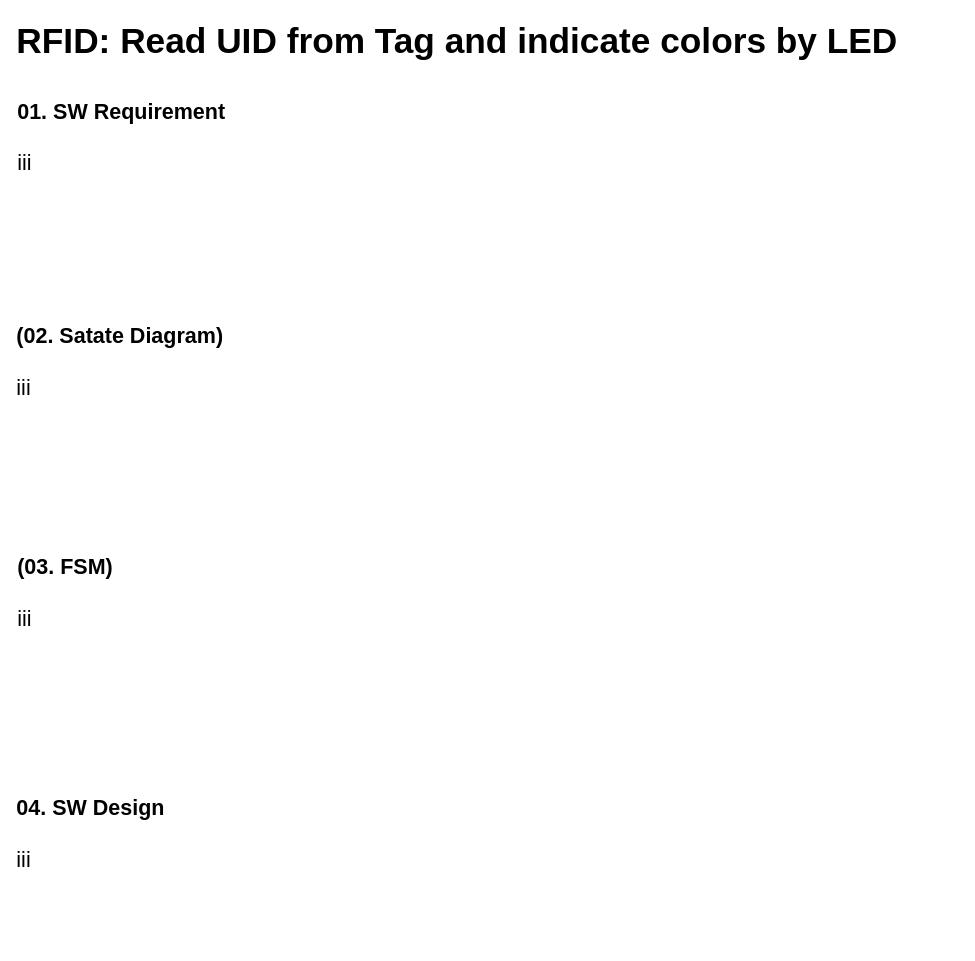
Before: RFID_LED.drawio in JangHyeongJun-0523/IoT_Project, a draw.io diagram. Source tidied: cells renumbered, new cells numbered last; positions are measured from the earlier drawing's top-left corner, leaving out a move shared by most shapes. Both pictures are drawn from the tidied source at 86%, with x=0, y=0 at pixel (15, 15).
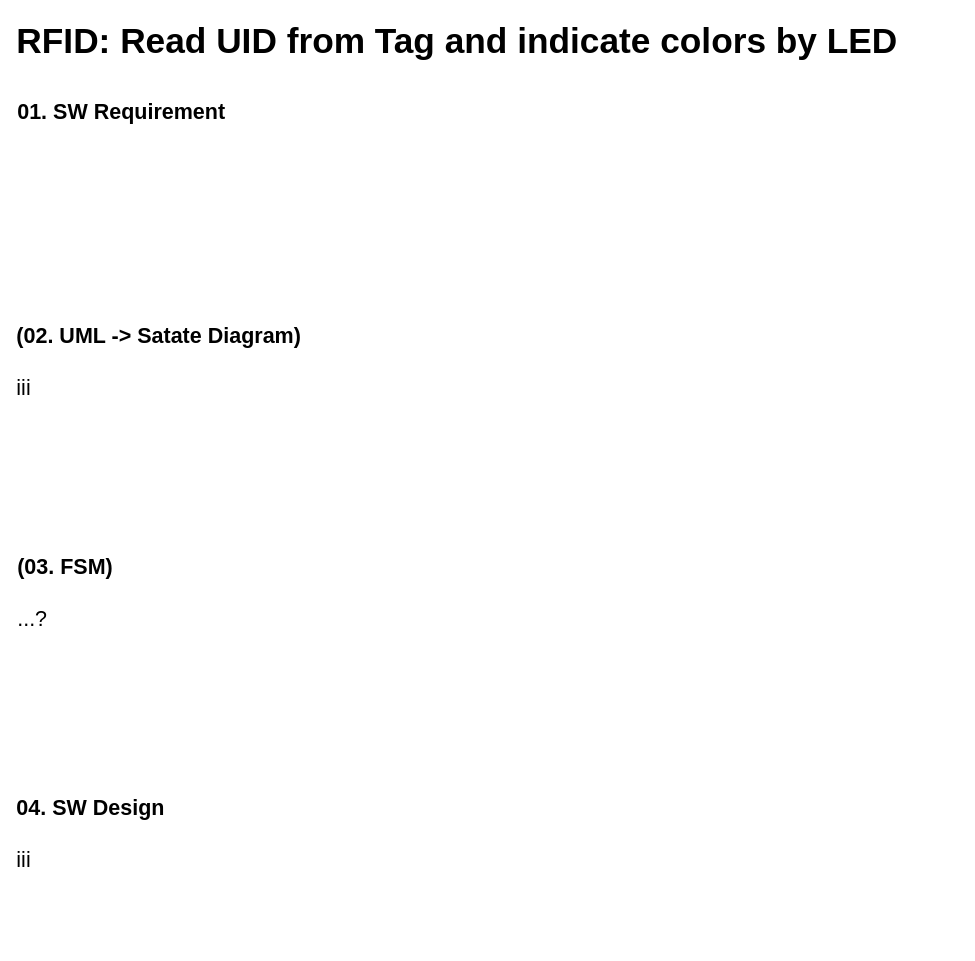
After the change.

The edit, as a diff of the source:
```diff
@@
 <mxGraphModel>
   <root>
     <mxCell id="0" />
     <mxCell id="1" parent="0" />
-    <mxCell id="2" value="&lt;span style=&quot;font-size: 25px; font-weight: 700;&quot;&gt;01. SW Requirement&lt;/span&gt;&lt;div&gt;&lt;span style=&quot;font-size: 25px; font-weight: 700;&quot;&gt;&lt;br&gt;&lt;/span&gt;&lt;/div&gt;&lt;div&gt;&lt;span style=&quot;font-size: 25px;&quot;&gt;iii&lt;/span&gt;&lt;span style=&quot;font-size: 25px; font-weight: 700;&quot;&gt;&lt;br&gt;&lt;/span&gt;&lt;/div&gt;" style="text;html=1;whiteSpace=wrap;overflow=hidden;rounded=0;labelBackgroundColor=none;" parent="1" vertex="1">
+    <mxCell id="2" value="&lt;span style=&quot;font-size: 25px; font-weight: 700;&quot;&gt;01. SW Requirement&lt;/span&gt;&lt;div&gt;&lt;br&gt;&lt;/div&gt;" style="text;html=1;whiteSpace=wrap;overflow=hidden;rounded=0;labelBackgroundColor=none;" parent="1" vertex="1">
       <mxGeometry x="1" y="90" width="790" height="190" as="geometry" />
     </mxCell>
     <mxCell id="3" value="&lt;span style=&quot;font-size: 25px; font-weight: 700;&quot;&gt;04. SW Design&lt;/span&gt;&lt;div&gt;&lt;span style=&quot;font-size: 25px; font-weight: 700;&quot;&gt;&lt;br&gt;&lt;/span&gt;&lt;/div&gt;&lt;div&gt;&lt;span style=&quot;font-size: 25px;&quot;&gt;iii&lt;/span&gt;&lt;span style=&quot;font-size: 25px; font-weight: 700;&quot;&gt;&lt;br&gt;&lt;/span&gt;&lt;/div&gt;" style="text;html=1;whiteSpace=wrap;overflow=hidden;rounded=0;labelBackgroundColor=none;" parent="1" vertex="1">
       <mxGeometry y="900" width="790" height="180" as="geometry" />
     </mxCell>
     <mxCell id="4" value="&lt;h1 style=&quot;margin-top: 0px;&quot;&gt;&lt;span style=&quot;font-size: 41px;&quot;&gt;RFID: Read UID from Tag and indicate colors by LED&lt;/span&gt;&lt;/h1&gt;" style="text;html=1;whiteSpace=wrap;overflow=hidden;rounded=0;labelBackgroundColor=none;" parent="1" vertex="1">
       <mxGeometry width="1100" height="70" as="geometry" />
     </mxCell>
-    <mxCell id="5" value="&lt;span style=&quot;font-size: 25px; font-weight: 700;&quot;&gt;(02. Satate Diagram)&lt;/span&gt;&lt;div&gt;&lt;span style=&quot;font-size: 25px; font-weight: 700;&quot;&gt;&lt;br&gt;&lt;/span&gt;&lt;/div&gt;&lt;div&gt;&lt;span style=&quot;font-size: 25px;&quot;&gt;iii&lt;/span&gt;&lt;/div&gt;" style="text;html=1;whiteSpace=wrap;overflow=hidden;rounded=0;labelBackgroundColor=none;" parent="1" vertex="1">
+    <mxCell id="5" value="&lt;span style=&quot;font-size: 25px; font-weight: 700;&quot;&gt;(02. UML -&amp;gt; Satate Diagram)&lt;/span&gt;&lt;div&gt;&lt;span style=&quot;font-size: 25px; font-weight: 700;&quot;&gt;&lt;br&gt;&lt;/span&gt;&lt;/div&gt;&lt;div&gt;&lt;span style=&quot;font-size: 25px;&quot;&gt;iii&lt;/span&gt;&lt;/div&gt;" style="text;html=1;whiteSpace=wrap;overflow=hidden;rounded=0;labelBackgroundColor=none;" parent="1" vertex="1">
       <mxGeometry y="351" width="790" height="190" as="geometry" />
     </mxCell>
-    <mxCell id="6" value="&lt;span style=&quot;font-size: 25px; font-weight: 700;&quot;&gt;(03. FSM)&lt;/span&gt;&lt;div&gt;&lt;span style=&quot;font-size: 25px; font-weight: 700;&quot;&gt;&lt;br&gt;&lt;/span&gt;&lt;/div&gt;&lt;div&gt;&lt;span style=&quot;font-size: 25px;&quot;&gt;iii&lt;/span&gt;&lt;/div&gt;" style="text;html=1;whiteSpace=wrap;overflow=hidden;rounded=0;labelBackgroundColor=none;" parent="1" vertex="1">
+    <mxCell id="6" value="&lt;span style=&quot;font-size: 25px; font-weight: 700;&quot;&gt;(03. FSM)&lt;/span&gt;&lt;div&gt;&lt;span style=&quot;font-size: 25px; font-weight: 700;&quot;&gt;&lt;br&gt;&lt;/span&gt;&lt;/div&gt;&lt;div&gt;&lt;span style=&quot;font-size: 25px;&quot;&gt;...?&lt;/span&gt;&lt;/div&gt;" style="text;html=1;whiteSpace=wrap;overflow=hidden;rounded=0;labelBackgroundColor=none;" parent="1" vertex="1">
       <mxGeometry x="1" y="620" width="790" height="190" as="geometry" />
     </mxCell>
   </root>
 </mxGraphModel>
```
